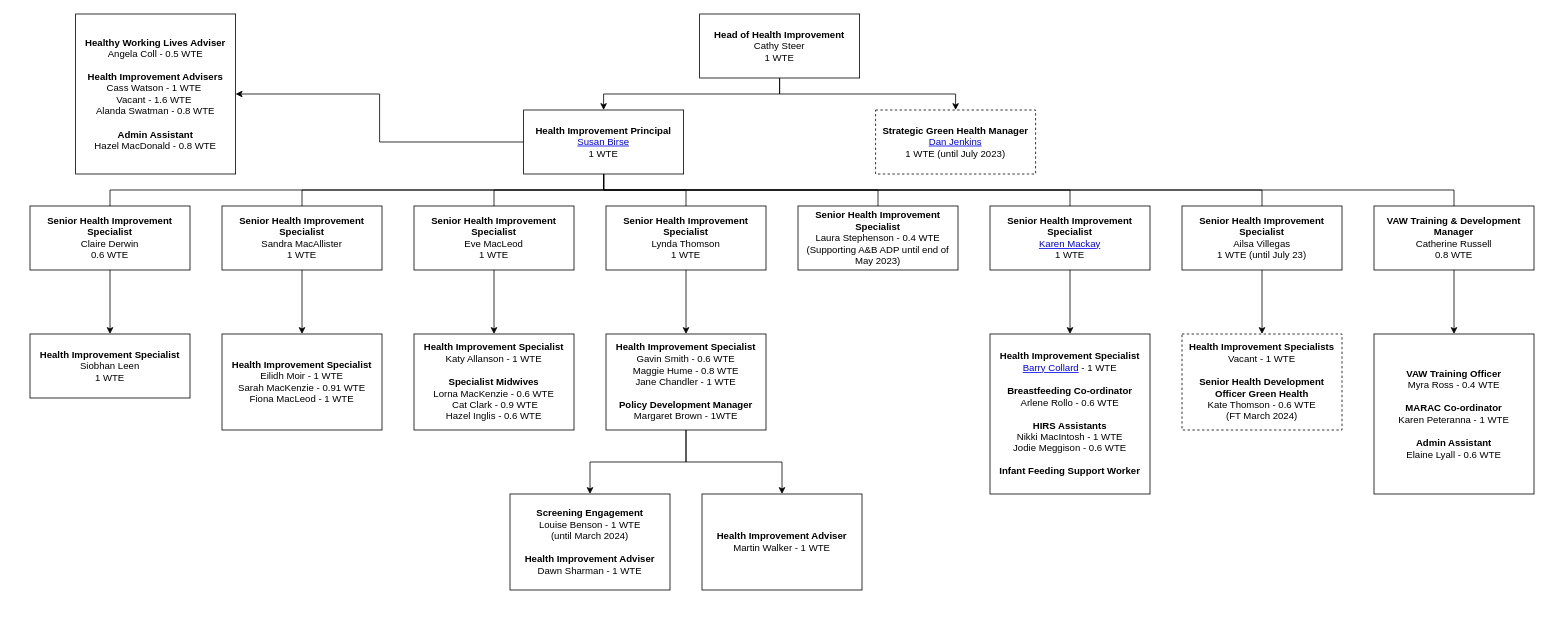
This is Untitled Diagram.drawio from barrycollard/staffOrgChart, a draw.io file, before an edit. Source tidied: cells renumbered, new cells numbered last; positions are measured from the earlier drawing's top-left corner, leaving out a move shared by most shapes. Both pictures are drawn from the tidied source at 80%, with x=0, y=0 at pixel (30, 14).
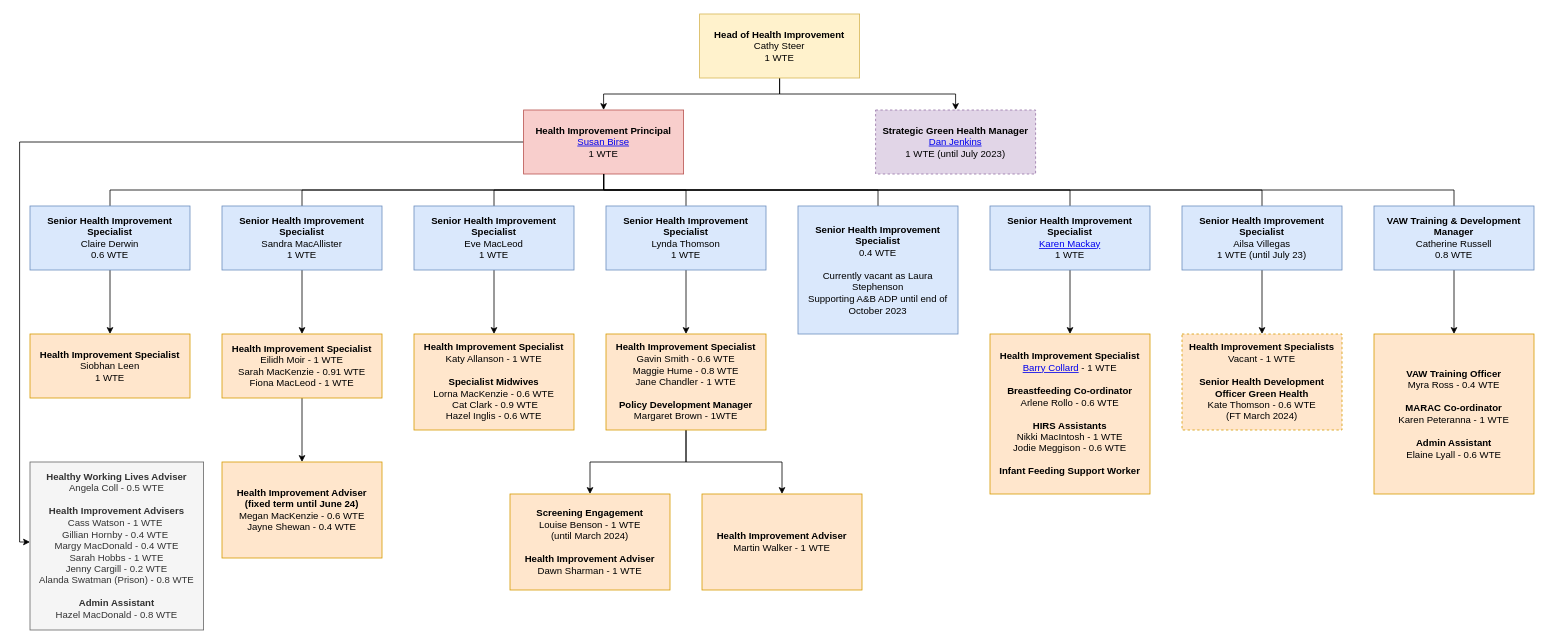
Above is the later version.

Diff of the diagram source:
```diff
@@
-    <mxCell id="4" value="&lt;b&gt;Head of Health Improvement&lt;/b&gt;&lt;br&gt;Cathy Steer&lt;br&gt;1 WTE" style="rounded=0;whiteSpace=wrap;html=1;align=center;" parent="1" vertex="1">
+    <mxCell id="4" value="&lt;b&gt;Head of Health Improvement&lt;/b&gt;&lt;br&gt;Cathy Steer&lt;br&gt;1 WTE" style="rounded=0;whiteSpace=wrap;html=1;align=center;fillColor=#fff2cc;strokeColor=#d6b656;" parent="1" vertex="1">
       <mxGeometry x="837" width="200" height="80" as="geometry" />
     </mxCell>
-    <mxCell id="5" style="edgeStyle=orthogonalEdgeStyle;rounded=0;jettySize=auto;html=1;exitX=0;exitY=0.5;exitDx=0;exitDy=0;entryX=1;entryY=0.5;entryDx=0;entryDy=0;" parent="1" edge="1" source="6" target="8">
-      <mxGeometry relative="1" as="geometry" />
+    <mxCell id="5" style="edgeStyle=orthogonalEdgeStyle;rounded=0;jettySize=auto;html=1;exitX=0;exitY=0.5;exitDx=0;exitDy=0;" parent="1" edge="1" source="6" target="8">
+      <mxGeometry relative="1" as="geometry">
+        <Array as="points">
+          <mxPoint x="-13" y="160" />
+          <mxPoint x="-13" y="660" />
+        </Array>
+      </mxGeometry>
     </mxCell>
-    <mxCell id="6" value="&lt;b&gt;Health Improvement Principal&lt;br&gt;&lt;/b&gt;&lt;a href=&quot;https://nhshighland.publichealth.scot.nhs.uk/staff/susan-birse/&quot;&gt;Susan Birse&lt;/a&gt;&lt;br&gt;1 WTE" style="rounded=0;whiteSpace=wrap;html=1;align=center;" parent="1" vertex="1">
+    <mxCell id="6" value="&lt;b&gt;Health Improvement Principal&lt;br&gt;&lt;/b&gt;&lt;a href=&quot;https://nhshighland.publichealth.scot.nhs.uk/staff/susan-birse/&quot;&gt;Susan Birse&lt;/a&gt;&lt;br&gt;1 WTE" style="rounded=0;whiteSpace=wrap;html=1;align=center;fillColor=#f8cecc;strokeColor=#b85450;" parent="1" vertex="1">
       <mxGeometry x="617" y="120" width="200" height="80" as="geometry" />
     </mxCell>
-    <mxCell id="7" value="&lt;b&gt;Strategic Green Health Manager&lt;br&gt;&lt;/b&gt;&lt;a href=&quot;https://nhshighland.publichealth.scot.nhs.uk/staff/dan-jenkins/&quot;&gt;Dan Jenkins&lt;/a&gt;&lt;br&gt;1 WTE (until July 2023)" style="rounded=0;whiteSpace=wrap;html=1;align=center;dashed=1;" parent="1" vertex="1">
+    <mxCell id="7" value="&lt;b&gt;Strategic Green Health Manager&lt;br&gt;&lt;/b&gt;&lt;a href=&quot;https://nhshighland.publichealth.scot.nhs.uk/staff/dan-jenkins/&quot;&gt;Dan Jenkins&lt;/a&gt;&lt;br&gt;1 WTE (until July 2023)" style="rounded=0;whiteSpace=wrap;html=1;align=center;dashed=1;fillColor=#e1d5e7;strokeColor=#9673a6;" parent="1" vertex="1">
       <mxGeometry x="1057" y="120" width="200" height="80" as="geometry" />
     </mxCell>
-    <mxCell id="8" value="&lt;div&gt;&lt;b&gt;Healthy Working Lives Adviser&lt;/b&gt;&lt;/div&gt;&lt;div&gt;Angela Coll - 0.5 WTE&lt;/div&gt;&lt;div&gt;&lt;br&gt;&lt;/div&gt;&lt;div&gt;&lt;b&gt;Health Improvement Advisers&lt;/b&gt;&lt;/div&gt;&lt;div&gt;Cass Watson - 1 WTE&amp;nbsp;&lt;/div&gt;&lt;div&gt;Vacant - 1.6 WTE&amp;nbsp;&lt;/div&gt;&lt;div&gt;Alanda Swatman - 0.8 WTE&lt;/div&gt;&lt;div&gt;&lt;br&gt;&lt;/div&gt;&lt;div&gt;&lt;b&gt;Admin Assistant&lt;/b&gt;&lt;/div&gt;&lt;div&gt;Hazel MacDonald - 0.8 WTE&lt;/div&gt;" style="rounded=0;whiteSpace=wrap;html=1;" parent="1" vertex="1">
-      <mxGeometry x="57" width="200" height="200" as="geometry" />
+    <mxCell id="8" value="&lt;div&gt;&lt;b&gt;Healthy Working Lives Adviser&lt;/b&gt;&lt;/div&gt;&lt;div&gt;Angela Coll - 0.5 WTE&lt;/div&gt;&lt;div&gt;&lt;br&gt;&lt;/div&gt;&lt;div&gt;&lt;b&gt;Health Improvement Advisers&lt;/b&gt;&lt;/div&gt;&lt;div&gt;&lt;div&gt;Cass Watson - 1 WTE&amp;nbsp;&lt;/div&gt;&lt;div&gt;Gillian Hornby - 0.4 WTE&amp;nbsp;&lt;/div&gt;&lt;div&gt;Margy MacDonald - 0.4 WTE&lt;/div&gt;&lt;div&gt;Sarah Hobbs - 1 WTE&lt;/div&gt;&lt;div&gt;Jenny Cargill - 0.2 WTE&lt;/div&gt;&lt;div&gt;Alanda Swatman (Prison) - 0.8 WTE&lt;/div&gt;&lt;/div&gt;&lt;div&gt;&lt;br&gt;&lt;/div&gt;&lt;div&gt;&lt;b&gt;Admin Assistant&lt;/b&gt;&lt;/div&gt;&lt;div&gt;Hazel MacDonald - 0.8 WTE&lt;/div&gt;" style="rounded=0;whiteSpace=wrap;html=1;fillColor=#f5f5f5;fontColor=#333333;strokeColor=#666666;" parent="1" vertex="1">
+      <mxGeometry y="560" width="217" height="210" as="geometry" />
     </mxCell>
@@
-    <mxCell id="11" value="&lt;div&gt;&lt;b&gt;Senior Health Improvement Specialist&lt;/b&gt;&lt;/div&gt;&lt;div&gt;Claire Derwin&lt;/div&gt;&lt;div&gt;0.6 WTE&lt;/div&gt;" style="rounded=0;whiteSpace=wrap;html=1;" parent="1" vertex="1">
+    <mxCell id="11" value="&lt;div&gt;&lt;b&gt;Senior Health Improvement Specialist&lt;/b&gt;&lt;/div&gt;&lt;div&gt;Claire Derwin&lt;/div&gt;&lt;div&gt;0.6 WTE&lt;/div&gt;" style="rounded=0;whiteSpace=wrap;html=1;fillColor=#dae8fc;strokeColor=#6c8ebf;" parent="1" vertex="1">
       <mxGeometry y="240" width="200" height="80" as="geometry" />
     </mxCell>
@@
-    <mxCell id="14" value="&lt;div&gt;&lt;b&gt;Senior Health Improvement Specialist&lt;/b&gt;&lt;/div&gt;&lt;div&gt;Sandra MacAllister&lt;/div&gt;&lt;div&gt;1 WTE&lt;/div&gt;" style="rounded=0;whiteSpace=wrap;html=1;" parent="1" vertex="1">
+    <mxCell id="14" value="&lt;div&gt;&lt;b&gt;Senior Health Improvement Specialist&lt;/b&gt;&lt;/div&gt;&lt;div&gt;Sandra MacAllister&lt;/div&gt;&lt;div&gt;1 WTE&lt;/div&gt;" style="rounded=0;whiteSpace=wrap;html=1;fillColor=#dae8fc;strokeColor=#6c8ebf;" parent="1" vertex="1">
       <mxGeometry x="240" y="240" width="200" height="80" as="geometry" />
     </mxCell>
@@
-    <mxCell id="17" value="&lt;div&gt;&lt;b&gt;Senior Health Improvement Specialist&lt;/b&gt;&lt;/div&gt;&lt;div&gt;Eve MacLeod&lt;/div&gt;&lt;div&gt;1 WTE&lt;/div&gt;" style="rounded=0;whiteSpace=wrap;html=1;" parent="1" vertex="1">
+    <mxCell id="17" value="&lt;div&gt;&lt;b&gt;Senior Health Improvement Specialist&lt;/b&gt;&lt;/div&gt;&lt;div&gt;Eve MacLeod&lt;/div&gt;&lt;div&gt;1 WTE&lt;/div&gt;" style="rounded=0;whiteSpace=wrap;html=1;fillColor=#dae8fc;strokeColor=#6c8ebf;" parent="1" vertex="1">
       <mxGeometry x="480" y="240" width="200" height="80" as="geometry" />
     </mxCell>
@@
-    <mxCell id="20" value="&lt;div&gt;&lt;b&gt;Senior Health Improvement Specialist&lt;/b&gt;&lt;/div&gt;&lt;div&gt;&lt;div&gt;Lynda Thomson&lt;/div&gt;&lt;div&gt;1 WTE&lt;/div&gt;&lt;/div&gt;" style="rounded=0;whiteSpace=wrap;html=1;" parent="1" vertex="1">
+    <mxCell id="20" value="&lt;div&gt;&lt;b&gt;Senior Health Improvement Specialist&lt;/b&gt;&lt;/div&gt;&lt;div&gt;&lt;div&gt;Lynda Thomson&lt;/div&gt;&lt;div&gt;1 WTE&lt;/div&gt;&lt;/div&gt;" style="rounded=0;whiteSpace=wrap;html=1;fillColor=#dae8fc;strokeColor=#6c8ebf;" parent="1" vertex="1">
       <mxGeometry x="720" y="240" width="200" height="80" as="geometry" />
     </mxCell>
@@
-    <mxCell id="22" value="&lt;div&gt;&lt;b&gt;Senior Health Improvement Specialist&lt;/b&gt;&lt;/div&gt;&lt;div&gt;&lt;div&gt;Laura Stephenson -&amp;nbsp;&lt;span style=&quot;background-color: initial;&quot;&gt;0.4 WTE&lt;/span&gt;&lt;/div&gt;&lt;div&gt;(Supporting A&amp;amp;B ADP until end of May 2023)&lt;/div&gt;&lt;/div&gt;" style="rounded=0;whiteSpace=wrap;html=1;" parent="1" vertex="1">
-      <mxGeometry x="960" y="240" width="200" height="80" as="geometry" />
+    <mxCell id="22" value="&lt;div&gt;&lt;b&gt;Senior Health Improvement Specialist&lt;/b&gt;&lt;/div&gt;&lt;div&gt;&lt;div&gt;0.4 WTE&lt;/div&gt;&lt;div&gt;&lt;br&gt;&lt;/div&gt;&lt;div&gt;Currently vacant as Laura Stephenson&lt;/div&gt;&lt;div&gt;Supporting A&amp;amp;B ADP until end of October 2023&lt;/div&gt;&lt;/div&gt;" style="rounded=0;whiteSpace=wrap;html=1;fillColor=#dae8fc;strokeColor=#6c8ebf;" parent="1" vertex="1">
+      <mxGeometry x="960" y="240" width="200" height="160" as="geometry" />
     </mxCell>
@@
-    <mxCell id="25" value="&lt;div&gt;&lt;b&gt;Senior Health Improvement Specialist&lt;/b&gt;&lt;/div&gt;&lt;div&gt;&lt;a href=&quot;https://nhshighland.publichealth.scot.nhs.uk/staff/karen-mackay/&quot;&gt;Karen Mackay&lt;/a&gt;&lt;/div&gt;&lt;div&gt;1 WTE&lt;/div&gt;" style="rounded=0;whiteSpace=wrap;html=1;" parent="1" vertex="1">
+    <mxCell id="25" value="&lt;div&gt;&lt;b&gt;Senior Health Improvement Specialist&lt;/b&gt;&lt;/div&gt;&lt;div&gt;&lt;a href=&quot;https://nhshighland.publichealth.scot.nhs.uk/staff/karen-mackay/&quot;&gt;Karen Mackay&lt;/a&gt;&lt;/div&gt;&lt;div&gt;1 WTE&lt;/div&gt;" style="rounded=0;whiteSpace=wrap;html=1;fillColor=#dae8fc;strokeColor=#6c8ebf;" parent="1" vertex="1">
       <mxGeometry x="1200" y="240" width="200" height="80" as="geometry" />
     </mxCell>
-    <mxCell id="26" value="&lt;div&gt;&lt;b&gt;Health Improvement Specialist&lt;/b&gt;&lt;/div&gt;&lt;div&gt;Siobhan Leen&lt;/div&gt;&lt;div&gt;1 WTE&lt;/div&gt;" style="rounded=0;whiteSpace=wrap;html=1;" parent="1" vertex="1">
+    <mxCell id="26" value="&lt;div&gt;&lt;b&gt;Health Improvement Specialist&lt;/b&gt;&lt;/div&gt;&lt;div&gt;Siobhan Leen&lt;/div&gt;&lt;div&gt;1 WTE&lt;/div&gt;" style="rounded=0;whiteSpace=wrap;html=1;fillColor=#ffe6cc;strokeColor=#d79b00;" parent="1" vertex="1">
       <mxGeometry y="400" width="200" height="80" as="geometry" />
     </mxCell>
+    <mxCell id="43" style="edgeStyle=orthogonalEdgeStyle;rounded=0;jettySize=auto;html=1;" parent="1" edge="1" source="27" target="44">
+      <mxGeometry relative="1" as="geometry" />
+    </mxCell>
-    <mxCell id="27" value="&lt;div&gt;&lt;b&gt;Health Improvement Specialist&lt;/b&gt;&lt;/div&gt;&lt;div&gt;Eilidh Moir - 1 WTE&lt;/div&gt;&lt;div&gt;Sarah MacKenzie - 0.91 WTE&lt;/div&gt;&lt;div&gt;Fiona MacLeod - 1 WTE&lt;/div&gt;" style="rounded=0;whiteSpace=wrap;html=1;" parent="1" vertex="1">
-      <mxGeometry x="240" y="400" width="200" height="120" as="geometry" />
+    <mxCell id="27" value="&lt;div&gt;&lt;b&gt;Health Improvement Specialist&lt;/b&gt;&lt;/div&gt;&lt;div&gt;Eilidh Moir - 1 WTE&lt;/div&gt;&lt;div&gt;Sarah MacKenzie - 0.91 WTE&lt;/div&gt;&lt;div&gt;Fiona MacLeod - 1 WTE&lt;/div&gt;" style="rounded=0;whiteSpace=wrap;html=1;fillColor=#ffe6cc;strokeColor=#d79b00;" parent="1" vertex="1">
+      <mxGeometry x="240" y="400" width="200" height="80" as="geometry" />
     </mxCell>
-    <mxCell id="28" value="&lt;div&gt;&lt;b&gt;Health Improvement Specialist&lt;/b&gt;&lt;/div&gt;&lt;div&gt;Katy Allanson - 1 WTE&lt;/div&gt;&lt;div&gt;&lt;br&gt;&lt;/div&gt;&lt;div&gt;&lt;b&gt;Specialist Midwives&lt;/b&gt;&lt;/div&gt;&lt;div&gt;&lt;div&gt;Lorna MacKenzie - 0.6 WTE&lt;/div&gt;&lt;div&gt;&amp;nbsp;Cat Clark - 0.9 WTE&lt;/div&gt;&lt;div&gt;Hazel Inglis - 0.6 WTE&lt;/div&gt;&lt;/div&gt;" style="rounded=0;whiteSpace=wrap;html=1;" parent="1" vertex="1">
+    <mxCell id="28" value="&lt;div&gt;&lt;b&gt;Health Improvement Specialist&lt;/b&gt;&lt;/div&gt;&lt;div&gt;Katy Allanson - 1 WTE&lt;/div&gt;&lt;div&gt;&lt;br&gt;&lt;/div&gt;&lt;div&gt;&lt;b&gt;Specialist Midwives&lt;/b&gt;&lt;/div&gt;&lt;div&gt;&lt;div&gt;Lorna MacKenzie - 0.6 WTE&lt;/div&gt;&lt;div&gt;&amp;nbsp;Cat Clark - 0.9 WTE&lt;/div&gt;&lt;div&gt;Hazel Inglis - 0.6 WTE&lt;/div&gt;&lt;/div&gt;" style="rounded=0;whiteSpace=wrap;html=1;fillColor=#ffe6cc;strokeColor=#d79b00;" parent="1" vertex="1">
       <mxGeometry x="480" y="400" width="200" height="120" as="geometry" />
     </mxCell>
@@
-    <mxCell id="31" value="&lt;div&gt;&lt;b&gt;Health Improvement Specialist&lt;/b&gt;&lt;/div&gt;&lt;div&gt;Gavin Smith - 0.6 WTE&lt;/div&gt;&lt;div&gt;Maggie Hume - 0.8 WTE&lt;/div&gt;&lt;div&gt;Jane Chandler - 1 WTE&lt;/div&gt;&lt;div&gt;&lt;b&gt;&lt;br&gt;&lt;/b&gt;&lt;/div&gt;&lt;div&gt;&lt;b&gt;Policy Development Manager&lt;/b&gt;&lt;/div&gt;&lt;div&gt;Margaret Brown - 1WTE&lt;/div&gt;" style="rounded=0;whiteSpace=wrap;html=1;" parent="1" vertex="1">
+    <mxCell id="31" value="&lt;div&gt;&lt;b&gt;Health Improvement Specialist&lt;/b&gt;&lt;/div&gt;&lt;div&gt;Gavin Smith - 0.6 WTE&lt;/div&gt;&lt;div&gt;Maggie Hume - 0.8 WTE&lt;/div&gt;&lt;div&gt;Jane Chandler - 1 WTE&lt;/div&gt;&lt;div&gt;&lt;b&gt;&lt;br&gt;&lt;/b&gt;&lt;/div&gt;&lt;div&gt;&lt;b&gt;Policy Development Manager&lt;/b&gt;&lt;/div&gt;&lt;div&gt;Margaret Brown - 1WTE&lt;/div&gt;" style="rounded=0;whiteSpace=wrap;html=1;fillColor=#ffe6cc;strokeColor=#d79b00;" parent="1" vertex="1">
       <mxGeometry x="720" y="400" width="200" height="120" as="geometry" />
     </mxCell>
-    <mxCell id="32" value="&lt;div&gt;&lt;b&gt;Health Improvement Specialist&lt;/b&gt;&lt;/div&gt;&lt;div&gt;&lt;a href=&quot;https://nhshighland.publichealth.scot.nhs.uk/staff/barry-collard/&quot;&gt;Barry Collard&lt;/a&gt; - 1 WTE&lt;/div&gt;&lt;div&gt;&lt;b&gt;&lt;br&gt;&lt;/b&gt;&lt;/div&gt;&lt;div&gt;&lt;b&gt;Breastfeeding Co-ordinator&lt;/b&gt;&lt;/div&gt;&lt;div&gt;Arlene Rollo - 0.6 WTE&lt;/div&gt;&lt;div&gt;&lt;b&gt;&lt;br&gt;&lt;/b&gt;&lt;/div&gt;&lt;div&gt;&lt;b&gt;HIRS Assistants&lt;/b&gt;&lt;/div&gt;&lt;div&gt;Nikki MacIntosh - 1 WTE&lt;/div&gt;&lt;div&gt;Jodie Meggison - 0.6 WTE&lt;/div&gt;&lt;div&gt;&lt;b&gt;&lt;br&gt;&lt;/b&gt;&lt;/div&gt;&lt;div&gt;&lt;b&gt;Infant Feeding Support Worker&lt;/b&gt;&lt;/div&gt;" style="rounded=0;whiteSpace=wrap;html=1;" parent="1" vertex="1">
+    <mxCell id="32" value="&lt;div&gt;&lt;b&gt;Health Improvement Specialist&lt;/b&gt;&lt;/div&gt;&lt;div&gt;&lt;a href=&quot;https://nhshighland.publichealth.scot.nhs.uk/staff/barry-collard/&quot;&gt;Barry Collard&lt;/a&gt; - 1 WTE&lt;/div&gt;&lt;div&gt;&lt;b&gt;&lt;br&gt;&lt;/b&gt;&lt;/div&gt;&lt;div&gt;&lt;b&gt;Breastfeeding Co-ordinator&lt;/b&gt;&lt;/div&gt;&lt;div&gt;Arlene Rollo - 0.6 WTE&lt;/div&gt;&lt;div&gt;&lt;b&gt;&lt;br&gt;&lt;/b&gt;&lt;/div&gt;&lt;div&gt;&lt;b&gt;HIRS Assistants&lt;/b&gt;&lt;/div&gt;&lt;div&gt;Nikki MacIntosh - 1 WTE&lt;/div&gt;&lt;div&gt;Jodie Meggison - 0.6 WTE&lt;/div&gt;&lt;div&gt;&lt;b&gt;&lt;br&gt;&lt;/b&gt;&lt;/div&gt;&lt;div&gt;&lt;b&gt;Infant Feeding Support Worker&lt;/b&gt;&lt;/div&gt;" style="rounded=0;whiteSpace=wrap;html=1;fillColor=#ffe6cc;strokeColor=#d79b00;" parent="1" vertex="1">
       <mxGeometry x="1200" y="400" width="200" height="200" as="geometry" />
     </mxCell>
-    <mxCell id="33" value="&lt;div&gt;&lt;b&gt;Screening Engagement&lt;/b&gt;&lt;/div&gt;&lt;div&gt;Louise Benson - 1 WTE&lt;br&gt;(until March 2024)&lt;/div&gt;&lt;div&gt;&lt;b&gt;&lt;br&gt;&lt;/b&gt;&lt;/div&gt;&lt;div&gt;&lt;b&gt;Health Improvement Adviser&lt;/b&gt;&lt;/div&gt;&lt;div&gt;Dawn Sharman - 1 WTE&lt;/div&gt;" style="rounded=0;whiteSpace=wrap;html=1;" parent="1" vertex="1">
+    <mxCell id="33" value="&lt;div&gt;&lt;b&gt;Screening Engagement&lt;/b&gt;&lt;/div&gt;&lt;div&gt;Louise Benson - 1 WTE&lt;br&gt;(until March 2024)&lt;/div&gt;&lt;div&gt;&lt;b&gt;&lt;br&gt;&lt;/b&gt;&lt;/div&gt;&lt;div&gt;&lt;b&gt;Health Improvement Adviser&lt;/b&gt;&lt;/div&gt;&lt;div&gt;Dawn Sharman - 1 WTE&lt;/div&gt;" style="rounded=0;whiteSpace=wrap;html=1;fillColor=#ffe6cc;strokeColor=#d79b00;" parent="1" vertex="1">
       <mxGeometry x="600" y="600" width="200" height="120" as="geometry" />
     </mxCell>
@@
-    <mxCell id="36" value="&lt;div&gt;&lt;b&gt;Senior Health Improvement Specialist&lt;/b&gt;&lt;/div&gt;&lt;div&gt;&lt;div&gt;Ailsa Villegas&lt;/div&gt;&lt;div&gt;1 WTE (until July 23)&lt;/div&gt;&lt;/div&gt;" style="rounded=0;whiteSpace=wrap;html=1;" parent="1" vertex="1">
+    <mxCell id="36" value="&lt;div&gt;&lt;b&gt;Senior Health Improvement Specialist&lt;/b&gt;&lt;/div&gt;&lt;div&gt;&lt;div&gt;Ailsa Villegas&lt;/div&gt;&lt;div&gt;1 WTE (until July 23)&lt;/div&gt;&lt;/div&gt;" style="rounded=0;whiteSpace=wrap;html=1;fillColor=#dae8fc;strokeColor=#6c8ebf;" parent="1" vertex="1">
       <mxGeometry x="1440" y="240" width="200" height="80" as="geometry" />
     </mxCell>
@@
-    <mxCell id="39" value="&lt;div&gt;&lt;b&gt;VAW Training &amp;amp; Development Manager&lt;/b&gt;&lt;/div&gt;&lt;div&gt;Catherine Russell&lt;/div&gt;&lt;div&gt;0.8 WTE&lt;/div&gt;" style="rounded=0;whiteSpace=wrap;html=1;" parent="1" vertex="1">
+    <mxCell id="39" value="&lt;div&gt;&lt;b&gt;VAW Training &amp;amp; Development Manager&lt;/b&gt;&lt;/div&gt;&lt;div&gt;Catherine Russell&lt;/div&gt;&lt;div&gt;0.8 WTE&lt;/div&gt;" style="rounded=0;whiteSpace=wrap;html=1;fillColor=#dae8fc;strokeColor=#6c8ebf;" parent="1" vertex="1">
       <mxGeometry x="1680" y="240" width="200" height="80" as="geometry" />
     </mxCell>
-    <mxCell id="40" value="&lt;div&gt;&lt;b&gt;Health Improvement Specialists&lt;/b&gt;&lt;/div&gt;&lt;div&gt;Vacant - 1 WTE&lt;/div&gt;&lt;div&gt;&lt;br&gt;&lt;/div&gt;&lt;div&gt;&lt;b&gt;Senior Health Development Officer Green Health&lt;/b&gt;&lt;/div&gt;&lt;div&gt;Kate Thomson - 0.6 WTE&lt;br&gt;(FT March 2024)&lt;/div&gt;" style="rounded=0;whiteSpace=wrap;html=1;dashed=1;" parent="1" vertex="1">
+    <mxCell id="40" value="&lt;div&gt;&lt;b&gt;Health Improvement Specialists&lt;/b&gt;&lt;/div&gt;&lt;div&gt;Vacant - 1 WTE&lt;/div&gt;&lt;div&gt;&lt;br&gt;&lt;/div&gt;&lt;div&gt;&lt;b&gt;Senior Health Development Officer Green Health&lt;/b&gt;&lt;/div&gt;&lt;div&gt;Kate Thomson - 0.6 WTE&lt;br&gt;(FT March 2024)&lt;/div&gt;" style="rounded=0;whiteSpace=wrap;html=1;dashed=1;fillColor=#ffe6cc;strokeColor=#d79b00;" parent="1" vertex="1">
       <mxGeometry x="1440" y="400" width="200" height="120" as="geometry" />
     </mxCell>
-    <mxCell id="41" value="&lt;div&gt;&lt;b&gt;VAW Training Officer&lt;/b&gt;&lt;/div&gt;&lt;div&gt;Myra Ross - 0.4 WTE&lt;/div&gt;&lt;div&gt;&lt;br&gt;&lt;/div&gt;&lt;div&gt;&lt;b&gt;MARAC Co-ordinator&lt;/b&gt;&lt;/div&gt;&lt;div&gt;Karen Peteranna - 1 WTE&lt;/div&gt;&lt;div&gt;&lt;br&gt;&lt;/div&gt;&lt;div&gt;&lt;b&gt;Admin Assistant&lt;/b&gt;&lt;/div&gt;&lt;div&gt;Elaine Lyall - 0.6 WTE&lt;/div&gt;" style="rounded=0;whiteSpace=wrap;html=1;" parent="1" vertex="1">
+    <mxCell id="41" value="&lt;div&gt;&lt;b&gt;VAW Training Officer&lt;/b&gt;&lt;/div&gt;&lt;div&gt;Myra Ross - 0.4 WTE&lt;/div&gt;&lt;div&gt;&lt;br&gt;&lt;/div&gt;&lt;div&gt;&lt;b&gt;MARAC Co-ordinator&lt;/b&gt;&lt;/div&gt;&lt;div&gt;Karen Peteranna - 1 WTE&lt;/div&gt;&lt;div&gt;&lt;br&gt;&lt;/div&gt;&lt;div&gt;&lt;b&gt;Admin Assistant&lt;/b&gt;&lt;/div&gt;&lt;div&gt;Elaine Lyall - 0.6 WTE&lt;/div&gt;" style="rounded=0;whiteSpace=wrap;html=1;fillColor=#ffe6cc;strokeColor=#d79b00;" parent="1" vertex="1">
       <mxGeometry x="1680" y="400" width="200" height="200" as="geometry" />
     </mxCell>
-    <mxCell id="42" value="&lt;div&gt;&lt;b&gt;Health Improvement Adviser&lt;/b&gt;&lt;/div&gt;&lt;div&gt;Martin Walker - 1 WTE&lt;/div&gt;" style="rounded=0;whiteSpace=wrap;html=1;" parent="1" vertex="1">
+    <mxCell id="42" value="&lt;div&gt;&lt;b&gt;Health Improvement Adviser&lt;/b&gt;&lt;/div&gt;&lt;div&gt;Martin Walker - 1 WTE&lt;/div&gt;" style="rounded=0;whiteSpace=wrap;html=1;fillColor=#ffe6cc;strokeColor=#d79b00;" parent="1" vertex="1">
       <mxGeometry x="840" y="600" width="200" height="120" as="geometry" />
     </mxCell>
+    <mxCell id="44" value="&lt;div&gt;&lt;b&gt;Health Improvement Adviser&lt;/b&gt;&lt;/div&gt;&lt;div&gt;&lt;b&gt;(fixed term until June 24)&lt;/b&gt;&lt;/div&gt;&lt;div&gt;&lt;div&gt;Megan MacKenzie - 0.6 WTE&lt;/div&gt;&lt;div&gt;Jayne Shewan - 0.4 WTE&lt;/div&gt;&lt;/div&gt;" style="rounded=0;whiteSpace=wrap;html=1;fillColor=#ffe6cc;strokeColor=#d79b00;" parent="1" vertex="1">
+      <mxGeometry x="240" y="560" width="200" height="120" as="geometry" />
+    </mxCell>
```
